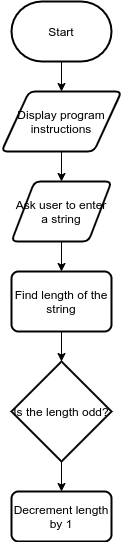
This is diagram.png from 7assan-5alloof/palindromeString, a draw.io export, as it was before one commit. Source tidied: cells renumbered, new cells last; positions are measured from the earlier drawing's top-left corner, leaving out a move shared by most shapes.
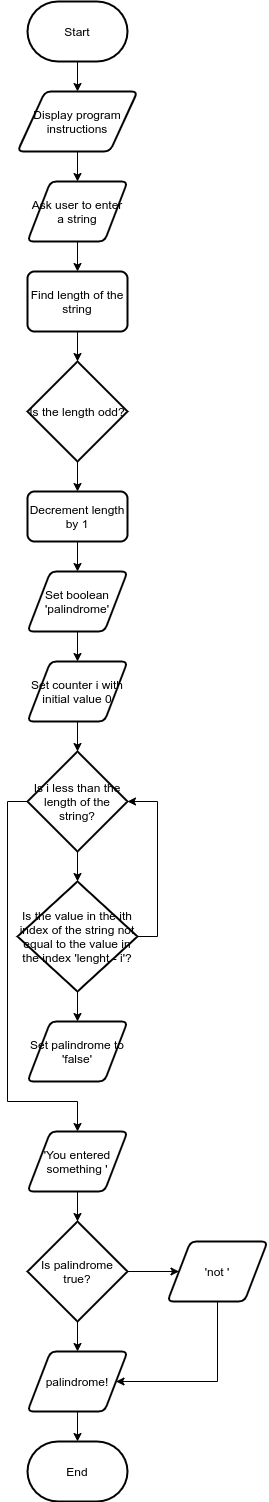
The same file after the commit.

The edit, as a diff of the source:
```diff
@@ -32,8 +32,84 @@
     <mxCell id="11" value="Is the length odd?" style="strokeWidth=2;html=1;shape=mxgraph.flowchart.decision;whiteSpace=wrap;" parent="1" vertex="1">
       <mxGeometry x="10" y="360" width="100" height="100" as="geometry" />
     </mxCell>
+    <mxCell id="13" style="edgeStyle=orthogonalEdgeStyle;rounded=0;jettySize=auto;html=1;exitX=0.5;exitY=1;exitDx=0;exitDy=0;" parent="1" edge="1" source="12" target="15">
+      <mxGeometry relative="1" as="geometry" />
+    </mxCell>
     <mxCell id="12" value="Decrement length by 1" style="rounded=1;whiteSpace=wrap;html=1;absoluteArcSize=1;arcSize=14;strokeWidth=2;" parent="1" vertex="1">
       <mxGeometry x="10" y="490" width="100" height="50" as="geometry" />
     </mxCell>
+    <mxCell id="14" style="edgeStyle=orthogonalEdgeStyle;rounded=0;jettySize=auto;html=1;exitX=0.5;exitY=1;exitDx=0;exitDy=0;" parent="1" edge="1" source="15" target="17">
+      <mxGeometry relative="1" as="geometry" />
+    </mxCell>
+    <mxCell id="15" value="Set boolean 'palindrome'" style="shape=parallelogram;html=1;strokeWidth=2;perimeter=parallelogramPerimeter;whiteSpace=wrap;rounded=1;arcSize=12;size=0.23;" parent="1" vertex="1">
+      <mxGeometry x="10" y="570" width="100" height="60" as="geometry" />
+    </mxCell>
+    <mxCell id="16" style="edgeStyle=orthogonalEdgeStyle;rounded=0;jettySize=auto;html=1;exitX=0.5;exitY=1;exitDx=0;exitDy=0;" parent="1" edge="1" source="17" target="20">
+      <mxGeometry relative="1" as="geometry" />
+    </mxCell>
+    <mxCell id="17" value="Set counter i with initial value 0" style="shape=parallelogram;html=1;strokeWidth=2;perimeter=parallelogramPerimeter;whiteSpace=wrap;rounded=1;arcSize=12;size=0.23;" parent="1" vertex="1">
+      <mxGeometry x="10" y="660" width="100" height="60" as="geometry" />
+    </mxCell>
+    <mxCell id="18" style="edgeStyle=orthogonalEdgeStyle;rounded=0;jettySize=auto;html=1;exitX=0.5;exitY=1;exitDx=0;exitDy=0;exitPerimeter=0;" parent="1" edge="1" source="20" target="23">
+      <mxGeometry relative="1" as="geometry" />
+    </mxCell>
+    <mxCell id="19" style="edgeStyle=orthogonalEdgeStyle;rounded=0;jettySize=auto;html=1;exitX=0;exitY=0.5;exitDx=0;exitDy=0;exitPerimeter=0;" parent="1" edge="1" source="20" target="26">
+      <mxGeometry relative="1" as="geometry">
+        <Array as="points">
+          <mxPoint x="-10" y="800" />
+          <mxPoint x="-10" y="1100" />
+          <mxPoint x="60" y="1100" />
+        </Array>
+      </mxGeometry>
+    </mxCell>
+    <mxCell id="20" value="Is i less than the length of the string?" style="strokeWidth=2;html=1;shape=mxgraph.flowchart.decision;whiteSpace=wrap;" parent="1" vertex="1">
+      <mxGeometry x="10" y="750" width="100" height="100" as="geometry" />
+    </mxCell>
+    <mxCell id="21" style="edgeStyle=orthogonalEdgeStyle;rounded=0;jettySize=auto;html=1;exitX=0.5;exitY=1;exitDx=0;exitDy=0;exitPerimeter=0;" parent="1" edge="1" source="23" target="24">
+      <mxGeometry relative="1" as="geometry" />
+    </mxCell>
+    <mxCell id="22" style="edgeStyle=orthogonalEdgeStyle;rounded=0;jettySize=auto;html=1;exitX=1;exitY=0.5;exitDx=0;exitDy=0;exitPerimeter=0;entryX=1;entryY=0.5;entryDx=0;entryDy=0;entryPerimeter=0;" parent="1" edge="1" source="23" target="20">
+      <mxGeometry relative="1" as="geometry" />
+    </mxCell>
+    <mxCell id="23" value="Is the value in the ith index of the string not equal to the value in the index 'lenght - i'?" style="strokeWidth=2;html=1;shape=mxgraph.flowchart.decision;whiteSpace=wrap;" parent="1" vertex="1">
+      <mxGeometry y="880" width="120" height="110" as="geometry" />
+    </mxCell>
+    <mxCell id="24" value="Set palindrome to 'false'" style="shape=parallelogram;html=1;strokeWidth=2;perimeter=parallelogramPerimeter;whiteSpace=wrap;rounded=1;arcSize=12;size=0.23;" parent="1" vertex="1">
+      <mxGeometry x="10" y="1020" width="100" height="60" as="geometry" />
+    </mxCell>
+    <mxCell id="25" style="edgeStyle=orthogonalEdgeStyle;rounded=0;jettySize=auto;html=1;exitX=0.5;exitY=1;exitDx=0;exitDy=0;" parent="1" edge="1" source="26" target="29">
+      <mxGeometry relative="1" as="geometry" />
+    </mxCell>
+    <mxCell id="26" value="'You entered something '" style="shape=parallelogram;html=1;strokeWidth=2;perimeter=parallelogramPerimeter;whiteSpace=wrap;rounded=1;arcSize=12;size=0.23;" parent="1" vertex="1">
+      <mxGeometry x="10" y="1130" width="100" height="60" as="geometry" />
+    </mxCell>
+    <mxCell id="27" style="edgeStyle=orthogonalEdgeStyle;rounded=0;jettySize=auto;html=1;exitX=0.5;exitY=1;exitDx=0;exitDy=0;exitPerimeter=0;" parent="1" edge="1" source="29" target="31">
+      <mxGeometry relative="1" as="geometry" />
+    </mxCell>
+    <mxCell id="28" style="edgeStyle=orthogonalEdgeStyle;rounded=0;jettySize=auto;html=1;exitX=1;exitY=0.5;exitDx=0;exitDy=0;exitPerimeter=0;" parent="1" edge="1" source="29" target="33">
+      <mxGeometry relative="1" as="geometry" />
+    </mxCell>
+    <mxCell id="29" value="Is palindrome true?" style="strokeWidth=2;html=1;shape=mxgraph.flowchart.decision;whiteSpace=wrap;" parent="1" vertex="1">
+      <mxGeometry x="10" y="1220" width="100" height="100" as="geometry" />
+    </mxCell>
+    <mxCell id="30" style="edgeStyle=orthogonalEdgeStyle;rounded=0;jettySize=auto;html=1;exitX=0.5;exitY=1;exitDx=0;exitDy=0;" parent="1" edge="1" source="31" target="34">
+      <mxGeometry relative="1" as="geometry" />
+    </mxCell>
+    <mxCell id="31" value="palindrome!" style="shape=parallelogram;html=1;strokeWidth=2;perimeter=parallelogramPerimeter;whiteSpace=wrap;rounded=1;arcSize=12;size=0.23;" parent="1" vertex="1">
+      <mxGeometry x="10" y="1350" width="100" height="60" as="geometry" />
+    </mxCell>
+    <mxCell id="32" style="edgeStyle=orthogonalEdgeStyle;rounded=0;jettySize=auto;html=1;exitX=0.5;exitY=1;exitDx=0;exitDy=0;entryX=1;entryY=0.5;entryDx=0;entryDy=0;" parent="1" edge="1" source="33" target="31">
+      <mxGeometry relative="1" as="geometry">
+        <Array as="points">
+          <mxPoint x="200" y="1380" />
+        </Array>
+      </mxGeometry>
+    </mxCell>
+    <mxCell id="33" value="'not '" style="shape=parallelogram;html=1;strokeWidth=2;perimeter=parallelogramPerimeter;whiteSpace=wrap;rounded=1;arcSize=12;size=0.23;" parent="1" vertex="1">
+      <mxGeometry x="150" y="1240" width="100" height="60" as="geometry" />
+    </mxCell>
+    <mxCell id="34" value="End" style="strokeWidth=2;html=1;shape=mxgraph.flowchart.terminator;whiteSpace=wrap;" parent="1" vertex="1">
+      <mxGeometry x="10" y="1440" width="100" height="60" as="geometry" />
+    </mxCell>
   </root>
 </mxGraphModel>
```
